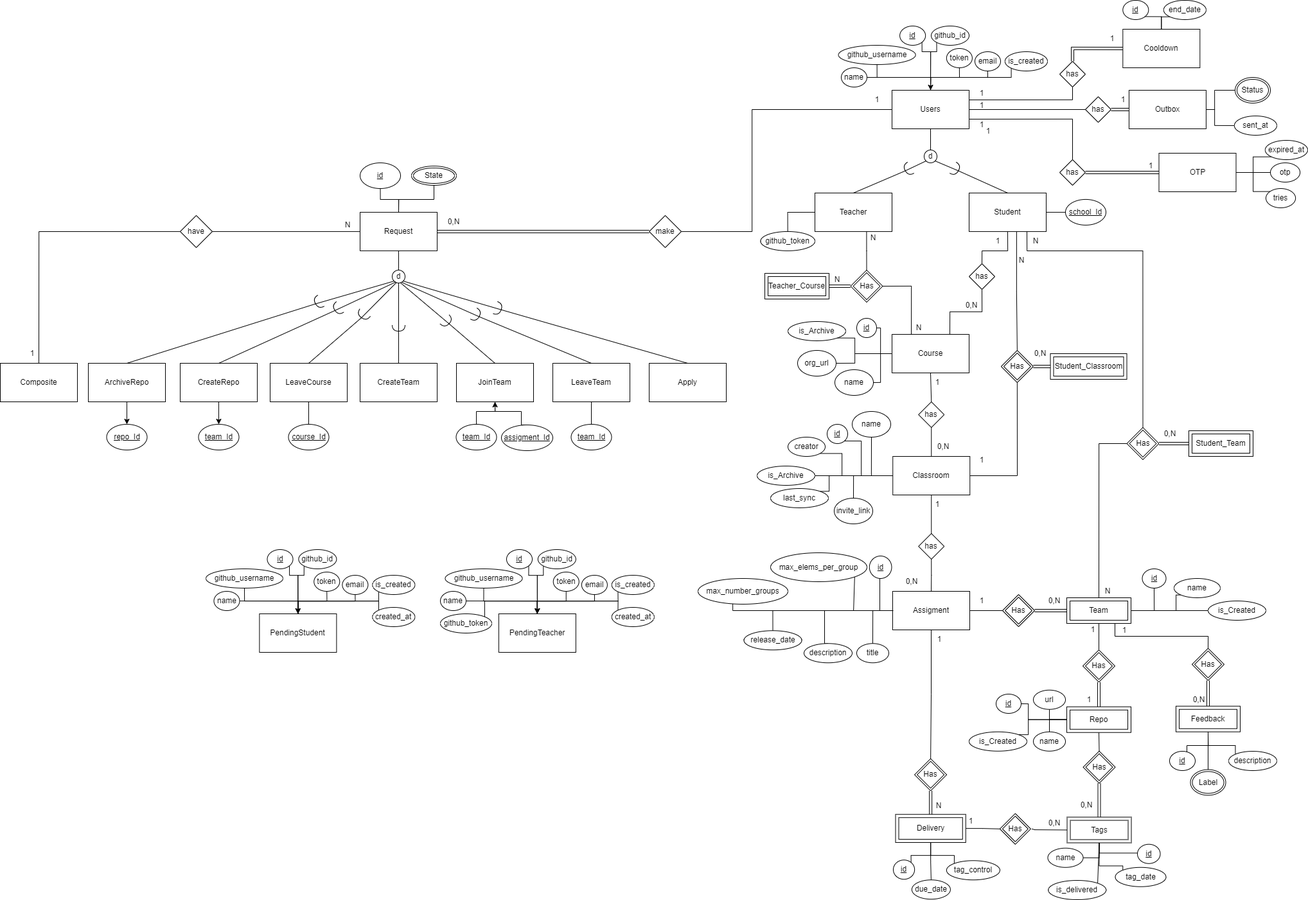
This is docs/data-model/data-model.png from i-on-project/repohouse, a draw.io export, as it was before one commit. Source tidied: cells renumbered, new cells last; positions are measured from the earlier drawing's top-left corner, leaving out a move shared by most shapes.
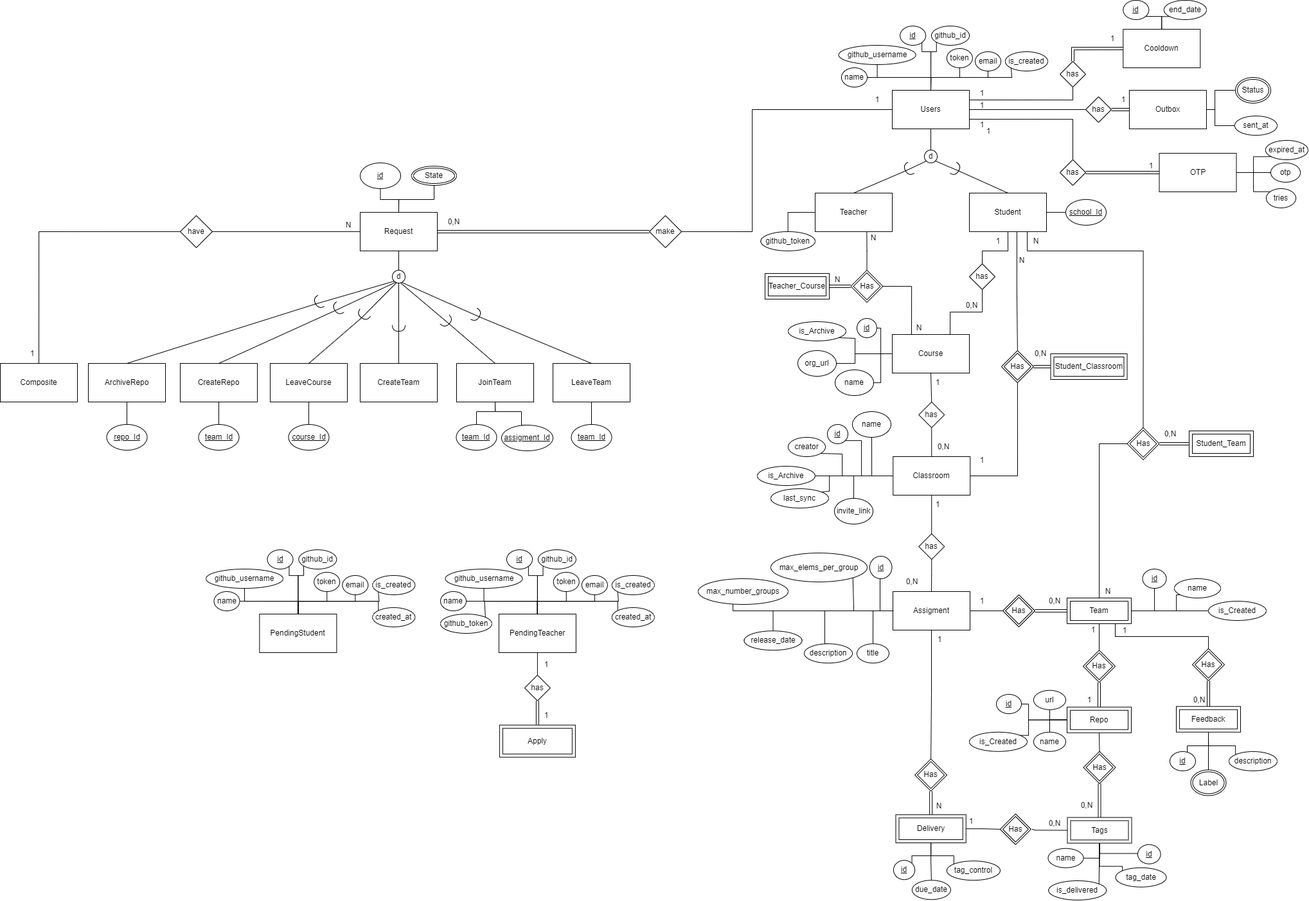
After the change.

What changed in the source:
```diff
@@ -589,9 +589,6 @@
     <mxCell id="158" value="team_Id" style="ellipse;whiteSpace=wrap;html=1;fontStyle=4;" parent="1" vertex="1">
       <mxGeometry x="888.5" y="660" width="63" height="40" as="geometry" />
     </mxCell>
-    <mxCell id="159" value="Apply" style="rounded=0;whiteSpace=wrap;html=1;" parent="1" vertex="1">
-      <mxGeometry x="1010" y="565" width="120" height="60" as="geometry" />
-    </mxCell>
     <mxCell id="160" style="endArrow=none;html=1;rounded=0;entryX=0.5;entryY=0;entryDx=0;entryDy=0;exitX=1;exitY=0.5;exitDx=0;exitDy=0;startArrow=none;exitPerimeter=0;endFill=0;" parent="1" edge="1" source="171" target="179">
       <mxGeometry relative="1" as="geometry" />
     </mxCell>
@@ -601,15 +598,6 @@
     <mxCell id="162" style="endArrow=none;html=1;rounded=0;exitX=1;exitY=0.5;exitDx=0;exitDy=0;entryX=0.5;entryY=0;entryDx=0;entryDy=0;exitPerimeter=0;startArrow=none;endFill=0;" parent="1" edge="1" source="167" target="157">
       <mxGeometry relative="1" as="geometry" />
     </mxCell>
-    <mxCell id="163" style="endArrow=none;html=1;rounded=0;exitX=1;exitY=0.5;exitDx=0;exitDy=0;entryX=0.5;entryY=0;entryDx=0;entryDy=0;startArrow=none;exitPerimeter=0;endFill=0;" parent="1" edge="1" source="165" target="159">
-      <mxGeometry relative="1" as="geometry" />
-    </mxCell>
-    <mxCell id="164" style="endArrow=none;html=1;rounded=0;exitX=1;exitY=1;exitDx=0;exitDy=0;entryX=1;entryY=0.5;entryDx=0;entryDy=0;entryPerimeter=0;" parent="1" edge="1" source="149" target="165">
-      <mxGeometry relative="1" as="geometry" />
-    </mxCell>
-    <mxCell id="165" style="shape=requiredInterface;html=1;verticalLabelPosition=bottom;sketch=0;rotation=20;" parent="1" vertex="1">
-      <mxGeometry x="770" y="470" width="10" height="20" as="geometry" />
-    </mxCell>
     <mxCell id="166" style="endArrow=none;html=1;rounded=0;exitX=0.745;exitY=0.953;exitDx=0;exitDy=0;entryX=1;entryY=0.5;entryDx=0;entryDy=0;exitPerimeter=0;entryPerimeter=0;" parent="1" edge="1" source="149" target="167">
       <mxGeometry relative="1" as="geometry" />
     </mxCell>
@@ -646,13 +634,13 @@
     <mxCell id="177" style="shape=requiredInterface;html=1;verticalLabelPosition=bottom;sketch=0;rotation=-210;" parent="1" vertex="1">
       <mxGeometry x="490" y="460" width="10" height="20" as="geometry" />
     </mxCell>
-    <mxCell id="178" style="edgeStyle=orthogonalEdgeStyle;rounded=0;jettySize=auto;html=1;exitX=0.5;exitY=1;exitDx=0;exitDy=0;entryX=0.5;entryY=0;entryDx=0;entryDy=0;" parent="1" edge="1" source="179" target="189">
+    <mxCell id="178" style="edgeStyle=orthogonalEdgeStyle;rounded=0;jettySize=auto;html=1;exitX=0.5;exitY=1;exitDx=0;exitDy=0;entryX=0.5;entryY=0;entryDx=0;entryDy=0;endArrow=none;endFill=0;" parent="1" edge="1" source="179" target="189">
       <mxGeometry relative="1" as="geometry" />
     </mxCell>
     <mxCell id="179" value="CreateRepo" style="rounded=0;whiteSpace=wrap;html=1;" parent="1" vertex="1">
       <mxGeometry x="280" y="565" width="120" height="60" as="geometry" />
     </mxCell>
-    <mxCell id="180" style="edgeStyle=orthogonalEdgeStyle;rounded=0;jettySize=auto;html=1;exitX=0.5;exitY=1;exitDx=0;exitDy=0;entryX=0.5;entryY=0;entryDx=0;entryDy=0;" parent="1" edge="1" source="181" target="190">
+    <mxCell id="180" style="edgeStyle=orthogonalEdgeStyle;rounded=0;jettySize=auto;html=1;exitX=0.5;exitY=1;exitDx=0;exitDy=0;entryX=0.5;entryY=0;entryDx=0;entryDy=0;endArrow=none;endFill=0;" parent="1" edge="1" source="181" target="190">
       <mxGeometry relative="1" as="geometry" />
     </mxCell>
     <mxCell id="181" value="ArchiveRepo" style="rounded=0;whiteSpace=wrap;html=1;" parent="1" vertex="1">
@@ -740,7 +728,7 @@
     <mxCell id="205" value="github_token" style="ellipse;whiteSpace=wrap;html=1;fontStyle=0;" parent="1" vertex="1">
       <mxGeometry x="1183.4" y="359.9" width="84.6" height="30" as="geometry" />
     </mxCell>
-    <mxCell id="206" style="edgeStyle=orthogonalEdgeStyle;rounded=0;jettySize=auto;html=1;exitX=0;exitY=1;exitDx=0;exitDy=0;entryX=0.5;entryY=0;entryDx=0;entryDy=0;" parent="1" edge="1" source="207" target="8">
+    <mxCell id="206" style="edgeStyle=orthogonalEdgeStyle;rounded=0;jettySize=auto;html=1;exitX=0;exitY=1;exitDx=0;exitDy=0;entryX=0.5;entryY=0;entryDx=0;entryDy=0;endArrow=none;endFill=0;" parent="1" edge="1" source="207" target="8">
       <mxGeometry relative="1" as="geometry">
         <Array as="points">
           <mxPoint x="1574" y="120" />
@@ -912,7 +900,7 @@
     <mxCell id="249" value="is_Archive" style="ellipse;whiteSpace=wrap;html=1;fontStyle=0;" parent="1" vertex="1">
       <mxGeometry x="1226" y="500" width="90" height="30" as="geometry" />
     </mxCell>
-    <mxCell id="250" style="edgeStyle=orthogonalEdgeStyle;rounded=0;jettySize=auto;html=1;exitX=0.5;exitY=0;exitDx=0;exitDy=0;entryX=0.5;entryY=1;entryDx=0;entryDy=0;" parent="1" edge="1" source="251" target="153">
+    <mxCell id="250" style="edgeStyle=orthogonalEdgeStyle;rounded=0;jettySize=auto;html=1;exitX=0.5;exitY=0;exitDx=0;exitDy=0;entryX=0.5;entryY=1;entryDx=0;entryDy=0;endArrow=none;endFill=0;" parent="1" edge="1" source="251" target="153">
       <mxGeometry relative="1" as="geometry">
         <Array as="points">
           <mxPoint x="811" y="640" />
@@ -931,6 +919,9 @@
         </Array>
       </mxGeometry>
     </mxCell>
+    <mxCell id="300" style="edgeStyle=orthogonalEdgeStyle;rounded=0;jettySize=auto;html=1;exitX=0.5;exitY=1;exitDx=0;exitDy=0;entryX=0.5;entryY=0;entryDx=0;entryDy=0;endArrow=none;endFill=0;" parent="1" edge="1" source="253" target="302">
+      <mxGeometry relative="1" as="geometry" />
+    </mxCell>
     <mxCell id="253" value="PendingTeacher" style="rounded=0;whiteSpace=wrap;html=1;" parent="1" vertex="1">
       <mxGeometry x="775.9" y="955" width="120" height="60" as="geometry" />
     </mxCell>
@@ -971,7 +962,7 @@
     <mxCell id="262" value="token" style="ellipse;whiteSpace=wrap;html=1;fontStyle=0;" parent="1" vertex="1">
       <mxGeometry x="860.8" y="890" width="40" height="30" as="geometry" />
     </mxCell>
-    <mxCell id="263" style="edgeStyle=orthogonalEdgeStyle;rounded=0;jettySize=auto;html=1;exitX=0;exitY=1;exitDx=0;exitDy=0;entryX=0.5;entryY=0;entryDx=0;entryDy=0;" parent="1" edge="1" source="264" target="253">
+    <mxCell id="263" style="edgeStyle=orthogonalEdgeStyle;rounded=0;jettySize=auto;html=1;exitX=0;exitY=1;exitDx=0;exitDy=0;entryX=0.5;entryY=0;entryDx=0;entryDy=0;endArrow=none;endFill=0;" parent="1" edge="1" source="264" target="253">
       <mxGeometry relative="1" as="geometry">
         <Array as="points">
           <mxPoint x="961.9" y="935" />
@@ -993,7 +984,7 @@
     <mxCell id="266" value="github_id" style="ellipse;whiteSpace=wrap;html=1;fontStyle=0;" parent="1" vertex="1">
       <mxGeometry x="836.9" y="855" width="59" height="30" as="geometry" />
     </mxCell>
-    <mxCell id="267" style="edgeStyle=orthogonalEdgeStyle;rounded=0;jettySize=auto;html=1;exitX=0;exitY=0;exitDx=0;exitDy=0;entryX=0.5;entryY=0;entryDx=0;entryDy=0;" parent="1" edge="1" source="268" target="253">
+    <mxCell id="267" style="edgeStyle=orthogonalEdgeStyle;rounded=0;jettySize=auto;html=1;exitX=0;exitY=0;exitDx=0;exitDy=0;entryX=0.5;entryY=0;entryDx=0;entryDy=0;endArrow=none;endFill=0;" parent="1" edge="1" source="268" target="253">
       <mxGeometry relative="1" as="geometry">
         <Array as="points">
           <mxPoint x="961.5" y="935" />
@@ -1004,7 +995,7 @@
     <mxCell id="268" value="created_at" style="ellipse;whiteSpace=wrap;html=1;fontStyle=0;" parent="1" vertex="1">
       <mxGeometry x="951.8" y="945" width="66.1" height="30" as="geometry" />
     </mxCell>
-    <mxCell id="269" style="edgeStyle=orthogonalEdgeStyle;rounded=0;jettySize=auto;html=1;exitX=1;exitY=0;exitDx=0;exitDy=0;entryX=0.5;entryY=0;entryDx=0;entryDy=0;" parent="1" edge="1" source="270" target="253">
+    <mxCell id="269" style="edgeStyle=orthogonalEdgeStyle;rounded=0;jettySize=auto;html=1;exitX=1;exitY=0;exitDx=0;exitDy=0;entryX=0.5;entryY=0;entryDx=0;entryDy=0;endArrow=none;endFill=0;" parent="1" edge="1" source="270" target="253">
       <mxGeometry relative="1" as="geometry">
         <Array as="points">
           <mxPoint x="753.5" y="935" />
@@ -1063,7 +1054,7 @@
     <mxCell id="281" value="token" style="ellipse;whiteSpace=wrap;html=1;fontStyle=0;" parent="1" vertex="1">
       <mxGeometry x="488.2" y="890" width="40" height="30" as="geometry" />
     </mxCell>
-    <mxCell id="282" style="edgeStyle=orthogonalEdgeStyle;rounded=0;jettySize=auto;html=1;exitX=0;exitY=1;exitDx=0;exitDy=0;entryX=0.5;entryY=0;entryDx=0;entryDy=0;" parent="1" edge="1" source="283" target="272">
+    <mxCell id="282" style="edgeStyle=orthogonalEdgeStyle;rounded=0;jettySize=auto;html=1;exitX=0;exitY=1;exitDx=0;exitDy=0;entryX=0.5;entryY=0;entryDx=0;entryDy=0;endArrow=none;endFill=0;" parent="1" edge="1" source="283" target="272">
       <mxGeometry relative="1" as="geometry">
         <Array as="points">
           <mxPoint x="589.4" y="935" />
@@ -1085,7 +1076,7 @@
     <mxCell id="285" value="github_id" style="ellipse;whiteSpace=wrap;html=1;fontStyle=0;" parent="1" vertex="1">
       <mxGeometry x="464.4" y="855" width="59" height="30" as="geometry" />
     </mxCell>
-    <mxCell id="286" style="edgeStyle=orthogonalEdgeStyle;rounded=0;jettySize=auto;html=1;exitX=0;exitY=0;exitDx=0;exitDy=0;entryX=0.5;entryY=0;entryDx=0;entryDy=0;" parent="1" edge="1" source="287" target="272">
+    <mxCell id="286" style="edgeStyle=orthogonalEdgeStyle;rounded=0;jettySize=auto;html=1;exitX=0;exitY=0;exitDx=0;exitDy=0;entryX=0.5;entryY=0;entryDx=0;entryDy=0;endArrow=none;endFill=0;" parent="1" edge="1" source="287" target="272">
       <mxGeometry relative="1" as="geometry">
         <Array as="points">
           <mxPoint x="589" y="935" />
@@ -1137,5 +1128,20 @@
     <mxCell id="299" value="1" style="text;html=1;strokeColor=none;fillColor=none;align=center;verticalAlign=middle;whiteSpace=wrap;rounded=0;" parent="1" vertex="1">
       <mxGeometry x="1700.5" y="45" width="60" height="30" as="geometry" />
     </mxCell>
+    <mxCell id="301" style="edgeStyle=orthogonalEdgeStyle;rounded=0;jettySize=auto;html=1;exitX=0.5;exitY=1;exitDx=0;exitDy=0;entryX=0.5;entryY=0;entryDx=0;entryDy=0;endArrow=none;endFill=0;shape=link;" parent="1" edge="1" source="302" target="159">
+      <mxGeometry relative="1" as="geometry" />
+    </mxCell>
+    <mxCell id="302" value="has" style="rhombus;whiteSpace=wrap;html=1;" parent="1" vertex="1">
+      <mxGeometry x="815.9" y="1050" width="40" height="40" as="geometry" />
+    </mxCell>
+    <mxCell id="159" value="Apply" style="shape=ext;margin=3;double=1;whiteSpace=wrap;html=1;align=center;" parent="1" vertex="1">
+      <mxGeometry x="776.9" y="1127.8" width="118" height="50" as="geometry" />
+    </mxCell>
+    <mxCell id="303" value="1" style="text;html=1;strokeColor=none;fillColor=none;align=center;verticalAlign=middle;whiteSpace=wrap;rounded=0;" parent="1" vertex="1">
+      <mxGeometry x="820" y="1018.8" width="60" height="30" as="geometry" />
+    </mxCell>
+    <mxCell id="304" value="1" style="text;html=1;strokeColor=none;fillColor=none;align=center;verticalAlign=middle;whiteSpace=wrap;rounded=0;" parent="1" vertex="1">
+      <mxGeometry x="820" y="1097.8" width="60" height="30" as="geometry" />
+    </mxCell>
   </root>
 </mxGraphModel>
```
